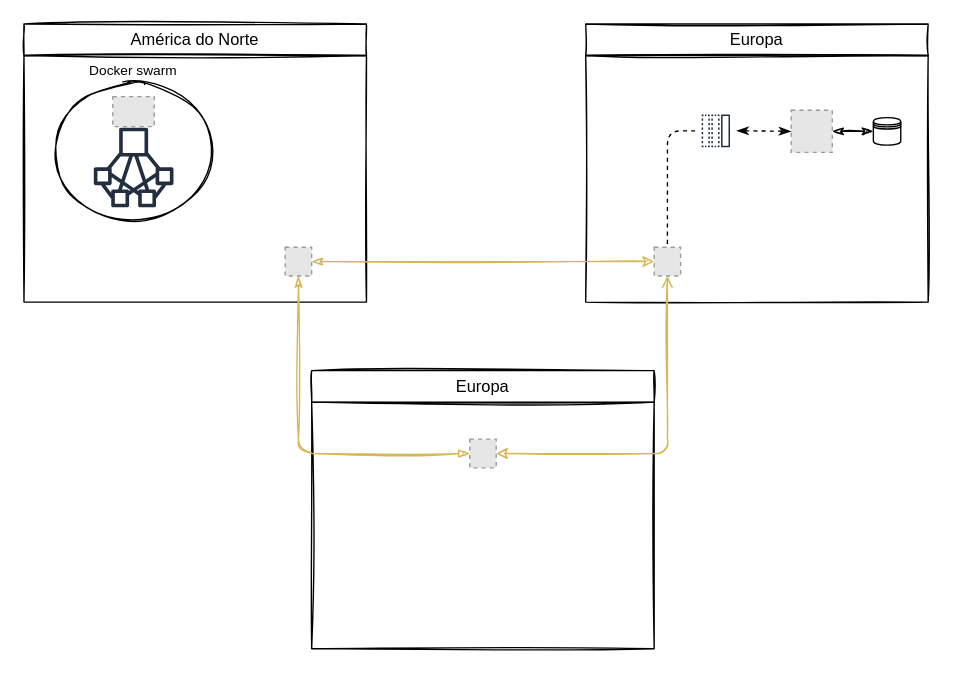
The draw.io diagram documentos/Imagens/Untitled Diagram.drawio in danielfct/master-thesis, before the edit. Source tidied: cells renumbered, new cells numbered last; positions are measured from the earlier drawing's top-left corner, leaving out a move shared by most shapes. Both pictures are drawn from the tidied source at 137%, with x=0, y=0 at pixel (23, 23). Pictures stored in the file or linked from it are replaced by grey dashed boxes.
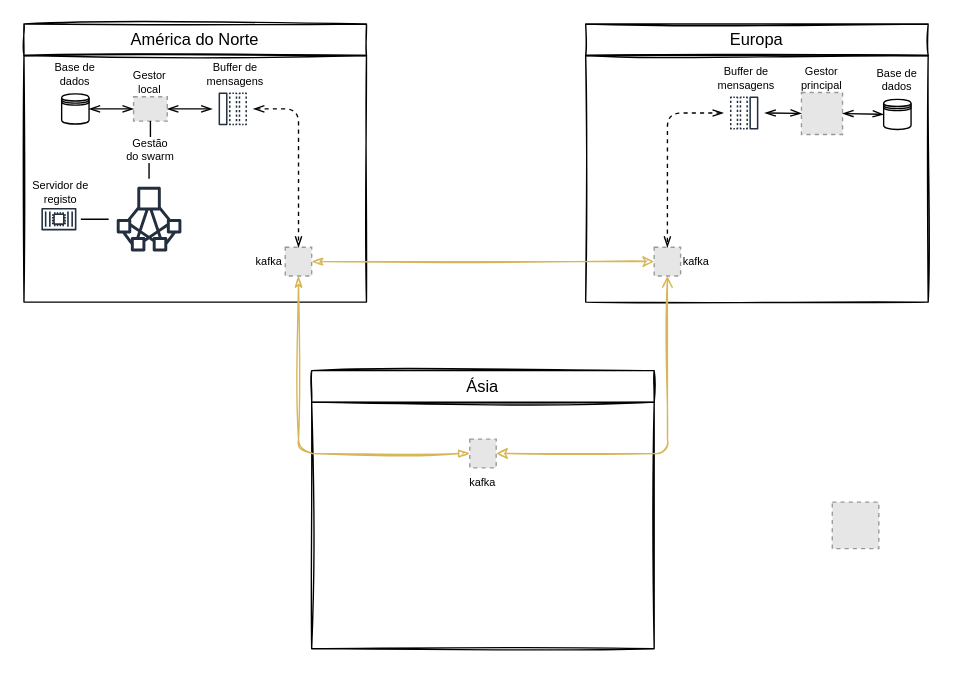
The same diagram, later.

The edit, as a diff of the source:
```diff
@@
-    <mxCell id="5" style="fillColor=#E6E6E6;strokeColor=#999999;dashed=1;verticalLabelPosition=top;verticalAlign=bottom;fontSize=10;labelPosition=center;align=center;" parent="1" vertex="1">
+    <mxCell id="5" value="kafka" style="fillColor=#E6E6E6;strokeColor=#999999;dashed=1;verticalLabelPosition=middle;verticalAlign=middle;fontSize=8;labelPosition=left;align=right;" parent="1" vertex="1">
       <mxGeometry x="190.7" y="163" width="19.3" height="21" as="geometry" />
     </mxCell>
@@
-    <mxCell id="8" style="fillColor=#E6E6E6;strokeColor=#999999;dashed=1;verticalLabelPosition=top;verticalAlign=bottom;fontSize=10;labelPosition=center;align=center;" parent="1" vertex="1">
+    <mxCell id="8" value="kafka" style="fillColor=#E6E6E6;strokeColor=#999999;dashed=1;verticalLabelPosition=middle;verticalAlign=middle;fontSize=8;labelPosition=right;align=left;" parent="1" vertex="1">
       <mxGeometry x="460" y="163" width="19.3" height="21" as="geometry" />
     </mxCell>
-    <mxCell id="9" value="Europa" style="rounded=0;whiteSpace=wrap;html=1;shadow=0;fillColor=none;sketch=1;glass=0;" parent="1" vertex="1">
+    <mxCell id="9" value="Ásia" style="rounded=0;whiteSpace=wrap;html=1;shadow=0;fillColor=none;sketch=1;glass=0;" parent="1" vertex="1">
       <mxGeometry x="210" y="253" width="250" height="23" as="geometry" />
     </mxCell>
@@
-    <mxCell id="13" style="fillColor=#E6E6E6;strokeColor=#999999;dashed=1;verticalLabelPosition=top;verticalAlign=bottom;fontSize=10;labelPosition=center;align=center;" parent="1" vertex="1">
+    <mxCell id="13" value="kafka&#10;" style="fillColor=#E6E6E6;strokeColor=#999999;dashed=1;verticalLabelPosition=bottom;verticalAlign=top;fontSize=8;labelPosition=center;align=center;" parent="1" vertex="1">
       <mxGeometry x="325.4" y="303" width="19.3" height="21" as="geometry" />
     </mxCell>
+    <mxCell id="21" style="edgeStyle=orthogonalEdgeStyle;curved=0;rounded=1;sketch=0;jumpStyle=gap;jumpSize=7;jettySize=auto;html=1;entryX=0.5;entryY=0;entryDx=0;entryDy=0;dashed=1;startArrow=openThin;startFill=0;endArrow=openThin;endFill=0;fontSize=10;" parent="1" edge="1" source="22" target="8">
+      <mxGeometry relative="1" as="geometry" />
+    </mxCell>
+    <mxCell id="23" style="group;" parent="1" vertex="1">
+      <mxGeometry x="500" y="30" width="165" height="50.7" as="geometry" />
+    </mxCell>
+    <mxCell id="24" style="group;" parent="23" vertex="1">
+      <mxGeometry width="55" height="50" as="geometry" />
+    </mxCell>
+    <mxCell id="22" value="&lt;font style=&quot;font-size: 8px&quot;&gt;&amp;nbsp;&amp;nbsp;&lt;br&gt;&lt;/font&gt;" style="outlineConnect=0;fontColor=#232F3E;gradientColor=none;strokeColor=#232F3E;fillColor=#ffffff;dashed=0;verticalLabelPosition=top;verticalAlign=bottom;align=center;html=1;fontSize=12;fontStyle=0;shape=mxgraph.aws4.resourceIcon;resIcon=mxgraph.aws4.message;rounded=0;shadow=0;sketch=0;direction=west;labelPosition=center;" parent="24" vertex="1">
+      <mxGeometry x="10.7" y="20" width="30" height="30" as="geometry" />
+    </mxCell>
+    <mxCell id="25" value="Buffer de mensagens" style="text;html=1;strokeColor=none;fillColor=none;align=center;verticalAlign=middle;whiteSpace=wrap;rounded=0;shadow=0;sketch=1;fontSize=8;" parent="24" vertex="1">
+      <mxGeometry width="55" height="20" as="geometry" />
+    </mxCell>
+    <mxCell id="26" style="group;" parent="23" vertex="1">
+      <mxGeometry x="55" width="55" height="50.7" as="geometry" />
+    </mxCell>
+    <mxCell id="15" style="fillColor=#E6E6E6;strokeColor=#999999;dashed=1;verticalLabelPosition=top;labelBackgroundColor=#ffffff;verticalAlign=bottom;fontSize=8;labelPosition=center;align=center;" parent="26" vertex="1">
+      <mxGeometry x="12.5" y="20" width="30" height="30.7" as="geometry" />
+    </mxCell>
+    <mxCell id="27" value="Gestor principal" style="text;html=1;strokeColor=none;fillColor=none;align=center;verticalAlign=middle;whiteSpace=wrap;rounded=0;shadow=0;sketch=1;fontSize=8;" parent="26" vertex="1">
+      <mxGeometry width="55" height="20" as="geometry" />
+    </mxCell>
+    <mxCell id="28" style="group;" parent="23" vertex="1">
+      <mxGeometry x="110" width="55" height="50" as="geometry" />
+    </mxCell>
+    <mxCell id="16" style="shape=datastore;whiteSpace=wrap;html=1;rounded=0;sketch=0;fontSize=8;labelPosition=center;verticalLabelPosition=top;align=center;verticalAlign=bottom;" parent="28" vertex="1">
+      <mxGeometry x="17.5" y="25" width="20" height="22" as="geometry" />
+    </mxCell>
+    <mxCell id="29" value="Base de dados" style="text;html=1;strokeColor=none;fillColor=none;align=center;verticalAlign=middle;whiteSpace=wrap;rounded=0;shadow=0;sketch=1;fontSize=8;" parent="28" vertex="1">
+      <mxGeometry width="55" height="22" as="geometry" />
+    </mxCell>
+    <mxCell id="20" style="edgeStyle=orthogonalEdgeStyle;curved=0;rounded=1;sketch=0;jumpStyle=gap;jumpSize=7;jettySize=auto;html=1;startArrow=openThin;startFill=0;endArrow=openThin;endFill=0;fontSize=10;" parent="23" edge="1" source="22" target="15">
+      <mxGeometry relative="1" as="geometry" />
+    </mxCell>
-    <mxCell id="14" style="edgeStyle=orthogonalEdgeStyle;curved=0;rounded=1;sketch=1;jumpStyle=arc;jettySize=auto;html=1;entryX=0;entryY=0.5;entryDx=0;entryDy=0;startArrow=classicThin;startFill=1;endArrow=classicThin;endFill=1;fontSize=10;" parent="1" edge="1" source="15" target="16">
+    <mxCell id="14" style="edgeStyle=orthogonalEdgeStyle;curved=0;rounded=1;sketch=0;jumpStyle=arc;jettySize=auto;html=1;entryX=0;entryY=0.5;entryDx=0;entryDy=0;startArrow=openThin;startFill=0;endArrow=openThin;endFill=0;fontSize=10;" parent="23" edge="1" source="15" target="16">
       <mxGeometry relative="1" as="geometry" />
     </mxCell>
-    <mxCell id="15" style="fillColor=#E6E6E6;strokeColor=#999999;dashed=1;verticalLabelPosition=top;labelBackgroundColor=#ffffff;verticalAlign=bottom;fontSize=10;labelPosition=center;align=center;" parent="1" vertex="1">
-      <mxGeometry x="560" y="63" width="30" height="30.7" as="geometry" />
-    </mxCell>
-    <mxCell id="16" style="shape=datastore;whiteSpace=wrap;html=1;rounded=0;sketch=0;fontSize=10;" parent="1" vertex="1">
-      <mxGeometry x="620" y="68.4" width="20" height="20" as="geometry" />
-    </mxCell>
-    <mxCell id="17" value="Docker swarm" style="ellipse;whiteSpace=wrap;html=1;rounded=0;sketch=1;fontSize=10;shadow=0;fillStyle=zigzag-line;fillColor=none;labelPosition=center;verticalLabelPosition=top;align=center;verticalAlign=bottom;" parent="1" vertex="1">
-      <mxGeometry x="20" y="43" width="120" height="100" as="geometry" />
-    </mxCell>
-    <mxCell id="18" style="fontColor=#232F3E;gradientColor=none;strokeColor=#232F3E;dashed=0;verticalLabelPosition=bottom;verticalAlign=top;align=center;html=1;fontSize=12;fontStyle=0;shape=mxgraph.aws4.resourceIcon;resIcon=mxgraph.aws4.cluster;rounded=0;shadow=0;sketch=0;direction=south;fillColor=none;" parent="1" vertex="1">
-      <mxGeometry x="43.7" y="68.4" width="72.7" height="72.7" as="geometry" />
-    </mxCell>
-    <mxCell id="19" style="fillColor=#E6E6E6;strokeColor=#999999;dashed=1;verticalLabelPosition=bottom;labelBackgroundColor=#ffffff;verticalAlign=top;" parent="1" vertex="1">
-      <mxGeometry x="64.8" y="53" width="30.3" height="21.9" as="geometry" />
-    </mxCell>
-    <mxCell id="20" style="edgeStyle=orthogonalEdgeStyle;curved=0;rounded=1;sketch=0;jumpStyle=gap;jumpSize=7;jettySize=auto;html=1;dashed=1;startArrow=classicThin;startFill=1;endArrow=classicThin;endFill=1;fontSize=10;" parent="1" edge="1" source="22" target="15">
-      <mxGeometry relative="1" as="geometry" />
-    </mxCell>
-    <mxCell id="21" style="edgeStyle=orthogonalEdgeStyle;curved=0;rounded=1;sketch=0;jumpStyle=gap;jumpSize=7;jettySize=auto;html=1;entryX=0.5;entryY=0;entryDx=0;entryDy=0;dashed=1;startArrow=none;startFill=0;endArrow=none;endFill=0;fontSize=10;" parent="1" edge="1" source="22" target="8">
-      <mxGeometry relative="1" as="geometry" />
-    </mxCell>
-    <mxCell id="22" style="outlineConnect=0;fontColor=#232F3E;gradientColor=none;strokeColor=#232F3E;fillColor=#ffffff;dashed=0;verticalLabelPosition=bottom;verticalAlign=top;align=center;html=1;fontSize=12;fontStyle=0;shape=mxgraph.aws4.resourceIcon;resIcon=mxgraph.aws4.message;rounded=0;shadow=0;sketch=0;direction=west;" parent="1" vertex="1">
-      <mxGeometry x="490" y="63" width="30" height="30" as="geometry" />
-    </mxCell>
+    <mxCell id="30" style="fillColor=#E6E6E6;strokeColor=#999999;dashed=1;html=1;verticalAlign=top;verticalLabelPosition=bottom;labelBackgroundColor=#ffffff;fontSize=8;" parent="1" vertex="1">
+      <mxGeometry x="590" y="349" width="34" height="34" as="geometry" />
+    </mxCell>
+    <mxCell id="31" style="fillColor=#E6E6E6;strokeColor=#999999;dashed=1;verticalLabelPosition=bottom;labelBackgroundColor=#ffffff;verticalAlign=top;" parent="1" vertex="1">
+      <mxGeometry x="80" y="53.1" width="24.6" height="17.8" as="geometry" />
+    </mxCell>
+    <mxCell id="32" value="Gestão&lt;br&gt;do swarm" style="edgeStyle=orthogonalEdgeStyle;rounded=0;sketch=0;jettySize=auto;html=1;startArrow=none;startFill=0;endArrow=none;endFill=0;fontSize=8;" parent="1" edge="1" source="33" target="31">
+      <mxGeometry relative="1" as="geometry" />
+    </mxCell>
+    <mxCell id="33" style="outlineConnect=0;fontColor=#232F3E;gradientColor=none;strokeColor=#232F3E;dashed=0;verticalLabelPosition=bottom;verticalAlign=top;align=center;html=1;fontSize=12;fontStyle=0;shape=mxgraph.aws4.resourceIcon;resIcon=mxgraph.aws4.cluster;rounded=0;shadow=0;sketch=0;direction=south;fillColor=none;" parent="1" vertex="1">
+      <mxGeometry x="61.8" y="113" width="59" height="59" as="geometry" />
+    </mxCell>
+    <mxCell id="34" style="group;rotation=90;" parent="1" vertex="1">
+      <mxGeometry x="126.7" y="27" width="55" height="50" as="geometry" />
+    </mxCell>
+    <mxCell id="35" value="&lt;font style=&quot;font-size: 8px&quot;&gt;&amp;nbsp;&amp;nbsp;&lt;br&gt;&lt;/font&gt;" style="outlineConnect=0;fontColor=#232F3E;gradientColor=none;strokeColor=#232F3E;fillColor=#ffffff;dashed=0;verticalLabelPosition=top;verticalAlign=bottom;align=center;html=1;fontSize=12;fontStyle=0;shape=mxgraph.aws4.resourceIcon;resIcon=mxgraph.aws4.message;rounded=0;shadow=0;sketch=0;direction=east;labelPosition=center;" parent="34" vertex="1">
+      <mxGeometry x="10.7" y="20" width="30" height="30" as="geometry" />
+    </mxCell>
+    <mxCell id="36" value="Buffer de mensagens" style="text;html=1;strokeColor=none;fillColor=none;align=center;verticalAlign=middle;whiteSpace=wrap;rounded=0;shadow=0;sketch=1;fontSize=8;" parent="34" vertex="1">
+      <mxGeometry width="55" height="20" as="geometry" />
+    </mxCell>
+    <mxCell id="37" style="group;" parent="1" vertex="1">
+      <mxGeometry x="10" y="26" width="55" height="50" as="geometry" />
+    </mxCell>
+    <mxCell id="38" style="shape=datastore;whiteSpace=wrap;html=1;rounded=0;sketch=0;fontSize=8;labelPosition=center;verticalLabelPosition=top;align=center;verticalAlign=bottom;" parent="37" vertex="1">
+      <mxGeometry x="17.5" y="25" width="20" height="22" as="geometry" />
+    </mxCell>
+    <mxCell id="39" value="Base de dados" style="text;html=1;strokeColor=none;fillColor=none;align=center;verticalAlign=middle;whiteSpace=wrap;rounded=0;shadow=0;sketch=1;fontSize=8;" parent="37" vertex="1">
+      <mxGeometry width="55" height="22" as="geometry" />
+    </mxCell>
+    <mxCell id="40" value="Gestor local" style="text;html=1;strokeColor=none;fillColor=none;align=center;verticalAlign=middle;whiteSpace=wrap;rounded=0;fontSize=8;" parent="1" vertex="1">
+      <mxGeometry x="72.3" y="32.5" width="40" height="20" as="geometry" />
+    </mxCell>
+    <mxCell id="41" style="edgeStyle=orthogonalEdgeStyle;rounded=0;jettySize=auto;html=1;startArrow=openThin;startFill=0;endArrow=openThin;endFill=0;fontSize=8;" parent="1" edge="1" source="38" target="31">
+      <mxGeometry relative="1" as="geometry" />
+    </mxCell>
+    <mxCell id="42" style="edgeStyle=orthogonalEdgeStyle;rounded=0;jettySize=auto;html=1;startArrow=openThin;startFill=0;endArrow=openThin;endFill=0;fontSize=8;sketch=0;" parent="1" edge="1" source="35" target="31">
+      <mxGeometry relative="1" as="geometry" />
+    </mxCell>
+    <mxCell id="43" style="group;" parent="1" vertex="1">
+      <mxGeometry x="5" y="112.5" width="44" height="46" as="geometry" />
+    </mxCell>
+    <mxCell id="44" style="outlineConnect=0;fontColor=#232F3E;gradientColor=none;strokeColor=#232F3E;dashed=0;verticalLabelPosition=top;verticalAlign=bottom;align=center;html=1;fontSize=8;fontStyle=0;shape=mxgraph.aws4.resourceIcon;resIcon=mxgraph.aws4.container_2;fillColor=none;labelPosition=center;" parent="43" vertex="1">
+      <mxGeometry x="4.5" y="14" width="32" height="32" as="geometry" />
+    </mxCell>
+    <mxCell id="45" value="Servidor de registo" style="text;html=1;strokeColor=none;fillColor=none;align=center;verticalAlign=middle;whiteSpace=wrap;rounded=0;fontSize=8;" parent="43" vertex="1">
+      <mxGeometry width="44" height="20" as="geometry" />
+    </mxCell>
+    <mxCell id="46" style="edgeStyle=orthogonalEdgeStyle;rounded=1;sketch=0;jettySize=auto;html=1;startArrow=openThin;startFill=0;endArrow=openThin;endFill=0;fontSize=8;dashed=1;" parent="1" edge="1" source="35" target="5">
+      <mxGeometry relative="1" as="geometry" />
+    </mxCell>
+    <mxCell id="47" style="edgeStyle=orthogonalEdgeStyle;rounded=1;sketch=0;jettySize=auto;html=1;startArrow=none;startFill=0;endArrow=none;endFill=0;fontSize=8;" parent="1" edge="1" source="44" target="33">
+      <mxGeometry relative="1" as="geometry" />
+    </mxCell>
```
